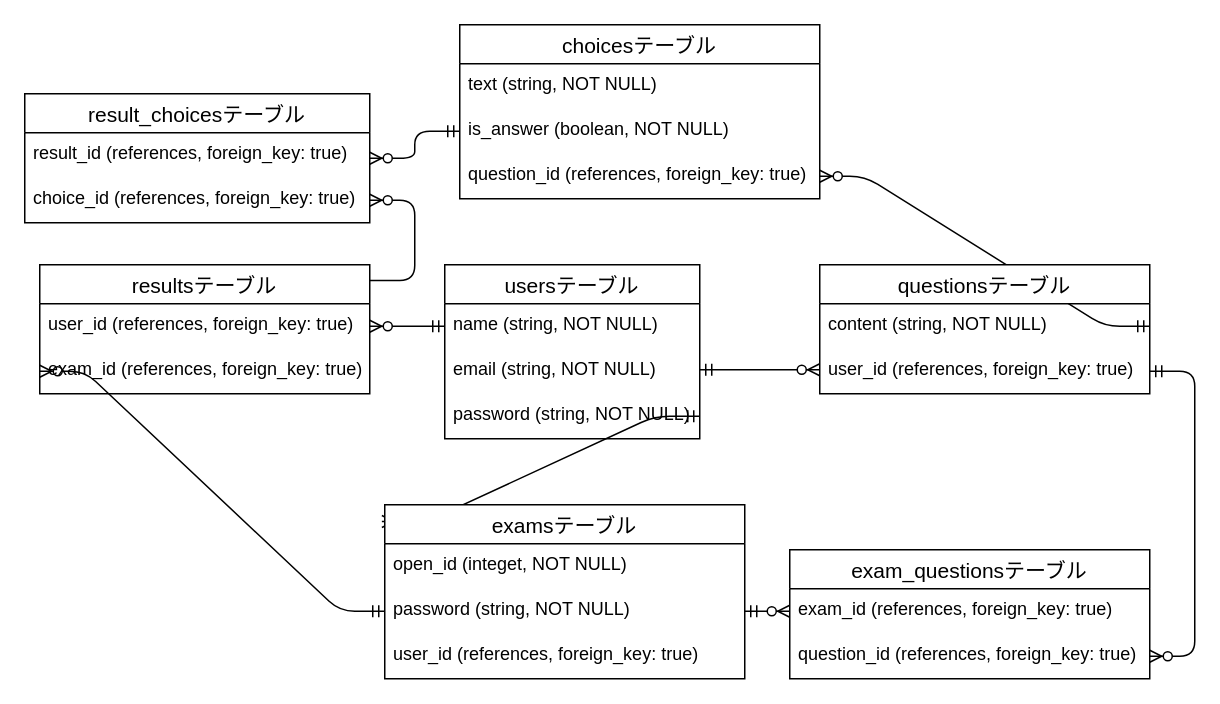
Before: ER.dio in fujiwarashi/silhouette-person, a draw.io diagram. Source tidied: cells renumbered, new cells numbered last; positions are measured from the earlier drawing's top-left corner, leaving out a move shared by most shapes. Both pictures are drawn from the tidied source at 150%, with x=0, y=0 at pixel (24, 24).
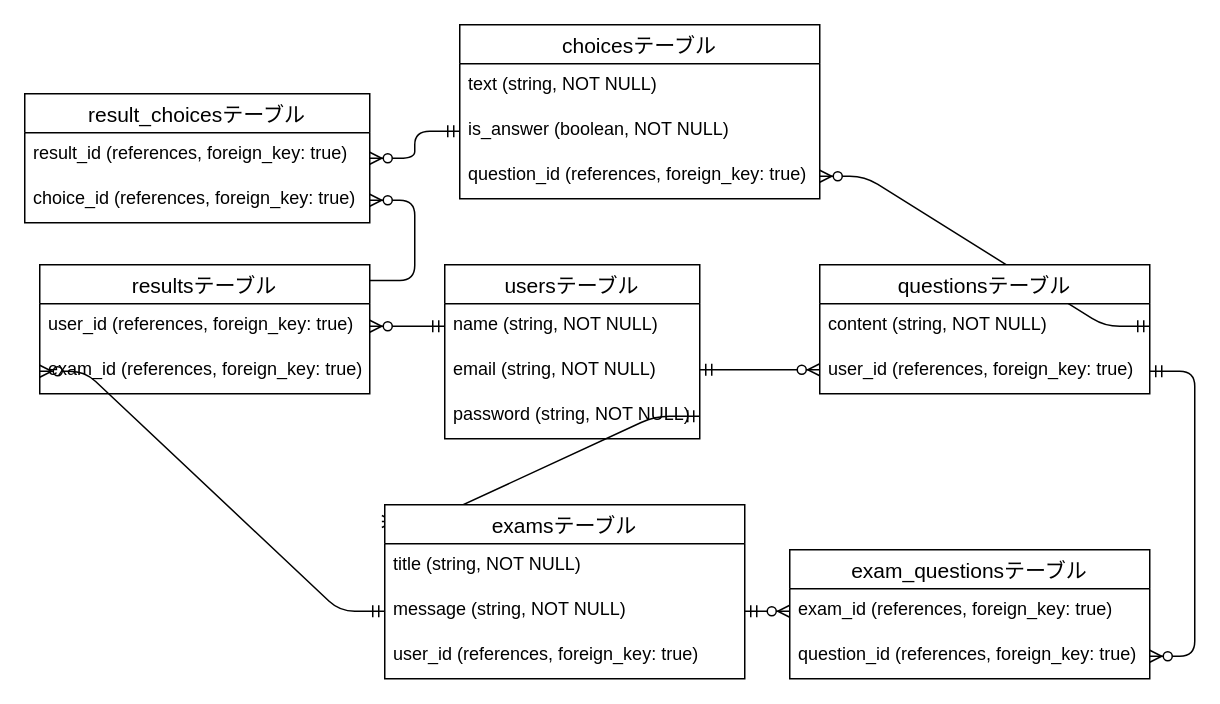
The same diagram, later.

Unchanged cells that the change refers to:
```xml
<mxCell id="24" value="examsテーブル" style="swimlane;fontStyle=0;horizontal=1;startSize=26;align=center;fontSize=14;" parent="1" vertex="1">
  <mxGeometry x="240" y="320" width="240" height="116" as="geometry" />
</mxCell>
```

Diff of the diagram source:
```diff
@@
-    <mxCell id="25" value="open_id (integet, NOT NULL)" style="text;strokeColor=none;fillColor=none;spacingLeft=4;spacingRight=4;overflow=hidden;fontSize=12;" parent="24" vertex="1">
+    <mxCell id="25" value="title (string, NOT NULL)" style="text;strokeColor=none;fillColor=none;spacingLeft=4;spacingRight=4;overflow=hidden;fontSize=12;" parent="24" vertex="1">
       <mxGeometry y="26" width="240" height="30" as="geometry" />
     </mxCell>
-    <mxCell id="26" value="password (string, NOT NULL)" style="text;strokeColor=none;fillColor=none;spacingLeft=4;spacingRight=4;overflow=hidden;points=[[0,0.5],[1,0.5]];portConstraint=eastwest;fontSize=12;" parent="24" vertex="1">
+    <mxCell id="26" value="message (string, NOT NULL)" style="text;strokeColor=none;fillColor=none;spacingLeft=4;spacingRight=4;overflow=hidden;points=[[0,0.5],[1,0.5]];portConstraint=eastwest;fontSize=12;" parent="24" vertex="1">
       <mxGeometry y="56" width="240" height="30" as="geometry" />
     </mxCell>
```
